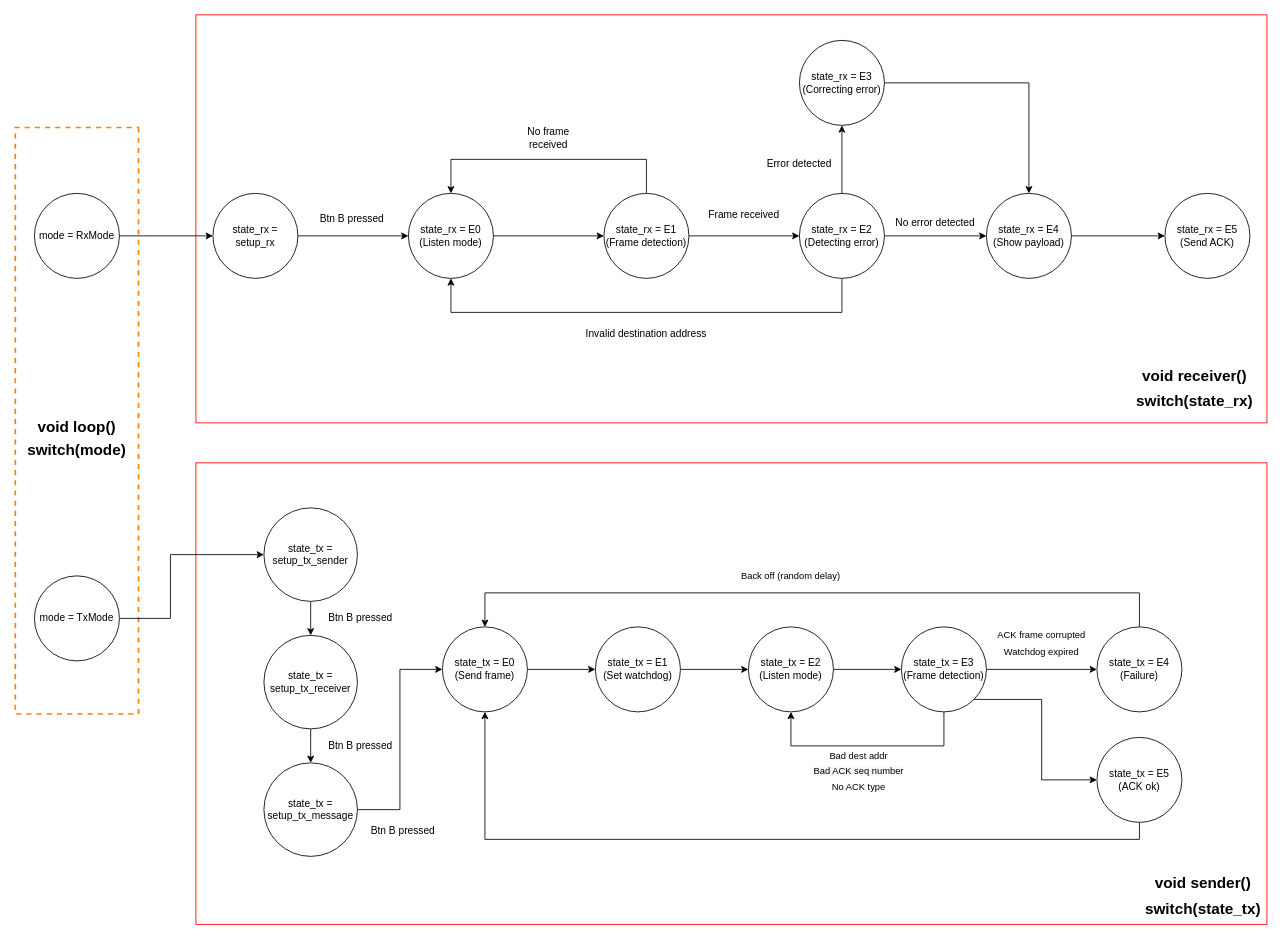
Before: Automate Scheme.drawio in TheToto318/M5Stack-RF-Transmission, a draw.io diagram. Source tidied: cells renumbered, new cells numbered last; positions are measured from the earlier drawing's top-left corner, leaving out a move shared by most shapes. Both pictures are drawn from the tidied source at 85%, with x=0, y=0 at pixel (-217, 14).
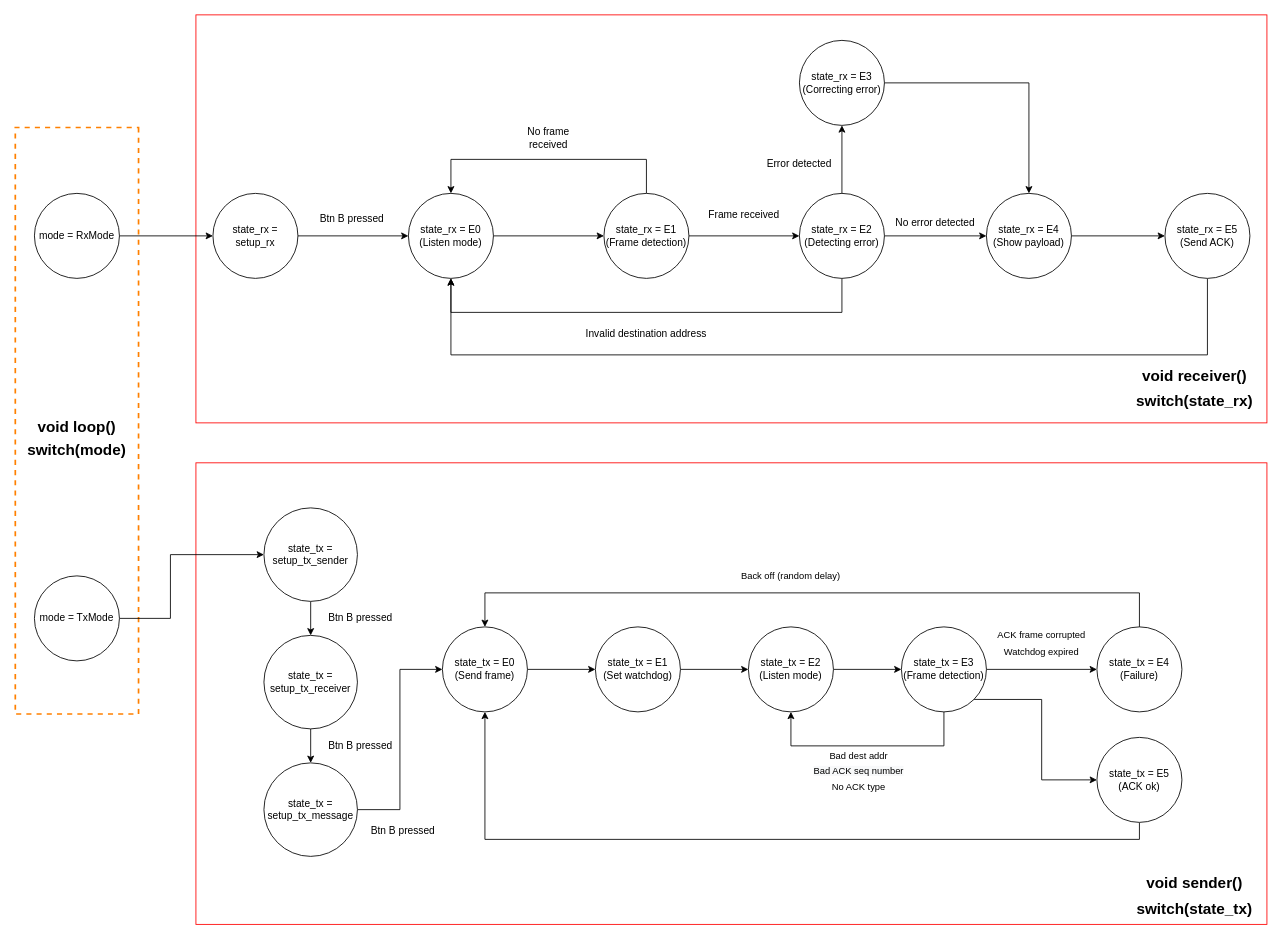
Above is the later version.

The change refers to these unchanged cells:
```xml
<mxCell id="10" value="state_rx = E0&lt;br&gt;(Listen mode)" style="ellipse;whiteSpace=wrap;html=1;" parent="1" vertex="1">
  <mxGeometry x="735" y="210" width="100" height="100" as="geometry" />
</mxCell>
<mxCell id="28" value="state_rx = E5&lt;br&gt;(Send ACK)" style="ellipse;whiteSpace=wrap;html=1;" parent="1" vertex="1">
  <mxGeometry x="1625" y="210" width="100" height="100" as="geometry" />
</mxCell>
```

Change to the diagram source:
```diff
@@
+    <mxCell id="66" style="edgeStyle=orthogonalEdgeStyle;rounded=0;jettySize=auto;html=1;entryX=0.5;entryY=1;entryDx=0;entryDy=0;" parent="1" edge="1" source="28" target="10">
+      <mxGeometry relative="1" as="geometry">
+        <Array as="points">
+          <mxPoint x="1675" y="400" />
+          <mxPoint x="785" y="400" />
+        </Array>
+      </mxGeometry>
+    </mxCell>
@@
     <mxCell id="62" value="&lt;font style=&quot;font-size: 18px;&quot;&gt;&lt;b&gt;switch(state_tx)&lt;/b&gt;&lt;/font&gt;" style="text;html=1;strokeColor=none;fillColor=none;align=center;verticalAlign=middle;whiteSpace=wrap;rounded=0;" parent="1" vertex="1">
-      <mxGeometry x="1605" y="1037" width="130" height="30" as="geometry" />
+      <mxGeometry x="1595" y="1037" width="130" height="30" as="geometry" />
     </mxCell>
     <mxCell id="63" value="&lt;font style=&quot;font-size: 18px;&quot;&gt;&lt;b&gt;void sender()&lt;/b&gt;&lt;/font&gt;" style="text;html=1;strokeColor=none;fillColor=none;align=center;verticalAlign=middle;whiteSpace=wrap;rounded=0;" parent="1" vertex="1">
-      <mxGeometry x="1605" y="1007" width="130" height="30" as="geometry" />
+      <mxGeometry x="1595" y="1007" width="130" height="30" as="geometry" />
     </mxCell>
```
